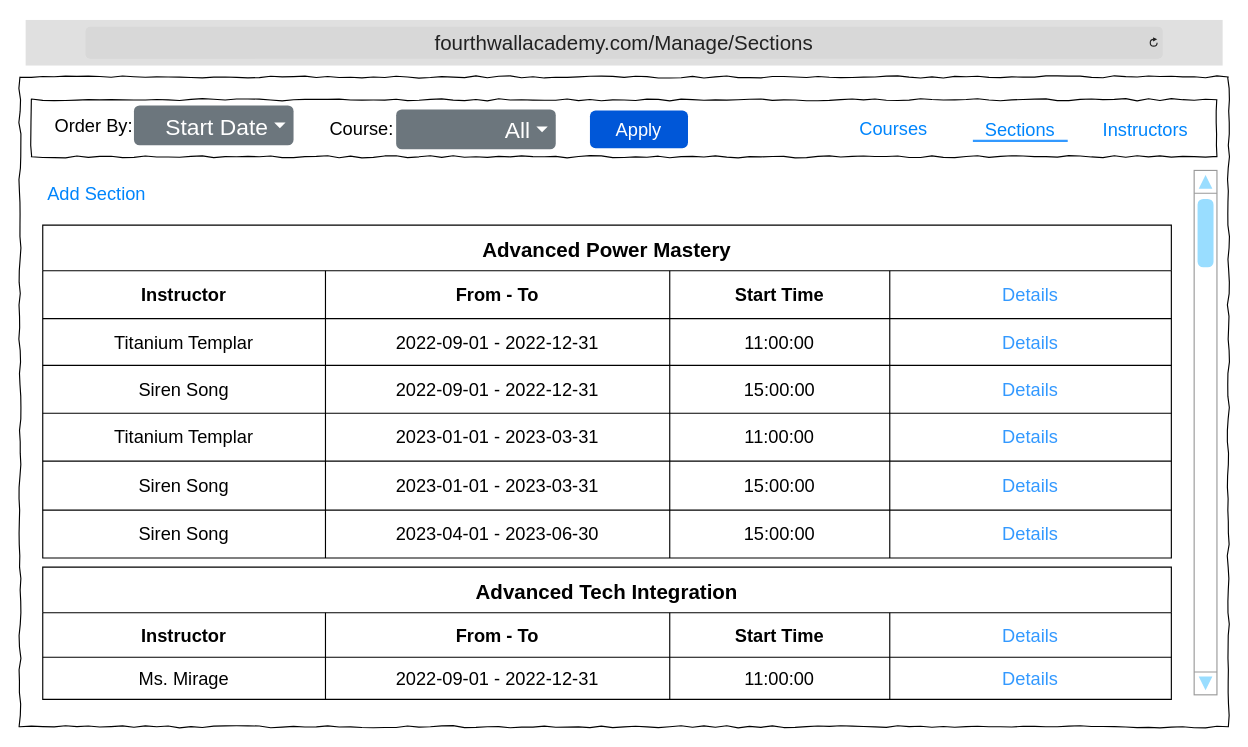
TRed91/4thWallAcademy keeps this draw.io diagram as DesignDocument/Wireframes/4hWallAcademy_Sections.drawio. Above is the earlier version. Source tidied: cells renumbered, new cells numbered last; positions are measured from the earlier drawing's top-left corner, leaving out a move shared by most shapes. Both pictures are drawn from the tidied source at 114%, with x=0, y=0 at pixel (19, 19).
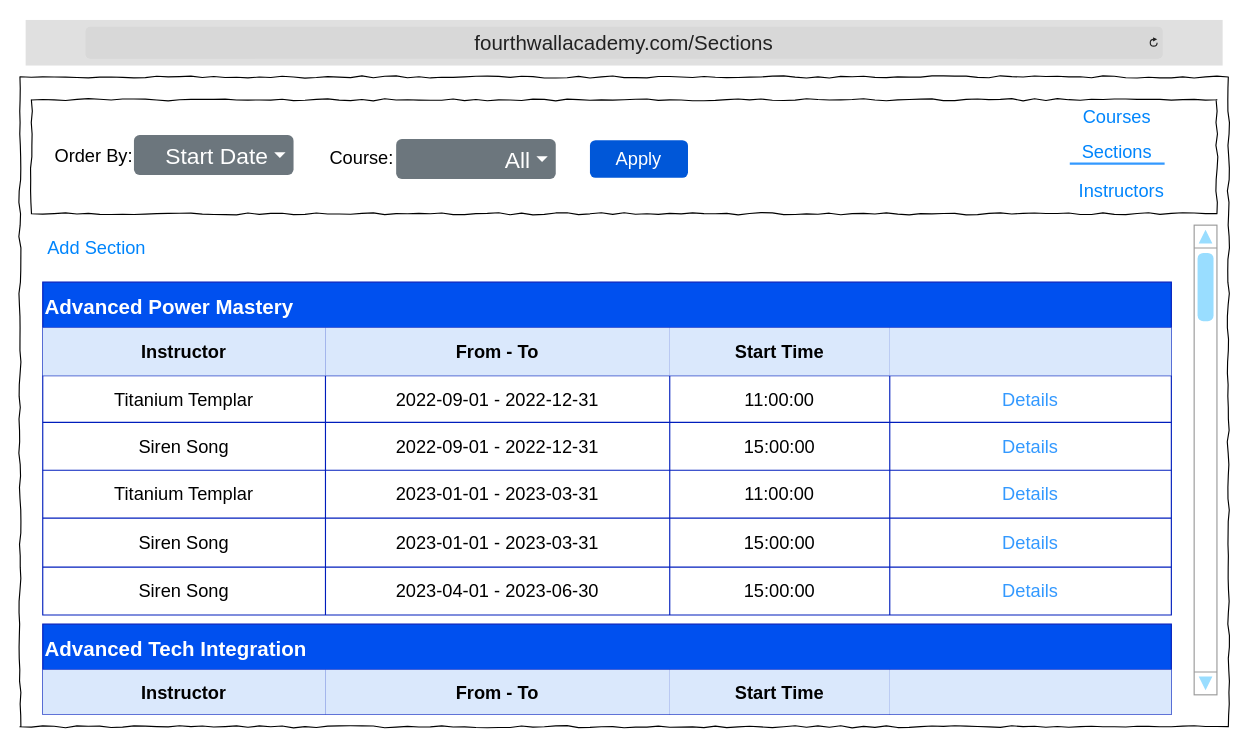
Above is the later version.

The change refers to these unchanged cells:
```xml
<mxCell id="14" style="shape=tableRow;horizontal=0;startSize=0;swimlaneHead=0;swimlaneBody=0;strokeColor=inherit;top=0;left=0;bottom=0;right=0;fillColor=none;fontSize=16;" parent="13" vertex="1">
  <mxGeometry y="40" width="990" height="42" as="geometry" />
</mxCell>
<mxCell id="45" style="shape=tableRow;horizontal=0;startSize=0;swimlaneHead=0;swimlaneBody=0;strokeColor=inherit;top=0;left=0;bottom=0;right=0;fillColor=none;fontSize=16;" parent="44" vertex="1">
  <mxGeometry y="40" width="990" height="39" as="geometry" />
</mxCell>
```

The edit, as a diff of the source:
```diff
@@
     <mxCell id="3" style="whiteSpace=wrap;html=1;rounded=0;shadow=0;labelBackgroundColor=none;strokeWidth=1;fillColor=none;fontFamily=Verdana;fontSize=12;align=center;comic=1;" parent="1" vertex="1">
-      <mxGeometry x="10" y="70" width="1040" height="50" as="geometry" />
+      <mxGeometry x="10" y="70" width="1040" height="100" as="geometry" />
     </mxCell>
     <mxCell id="4" style="verticalLabelPosition=bottom;shadow=0;dashed=0;align=center;html=1;verticalAlign=top;strokeWidth=1;shape=mxgraph.mockup.navigation.scrollBar;strokeColor=#999999;barPos=98.611;fillColor2=#99ddff;strokeColor2=none;direction=north;" parent="1" vertex="1">
-      <mxGeometry x="1030" y="132" width="20" height="460" as="geometry" />
+      <mxGeometry x="1030" y="180" width="20" height="412" as="geometry" />
     </mxCell>
     <mxCell id="5" value="&lt;font style=&quot;font-size: 16px;&quot;&gt;Order By:&lt;/font&gt;" style="text;html=1;align=center;verticalAlign=middle;whiteSpace=wrap;rounded=0;" parent="1" vertex="1">
-      <mxGeometry x="20" y="77.5" width="90" height="30" as="geometry" />
+      <mxGeometry x="20" y="103.5" width="90" height="30" as="geometry" />
     </mxCell>
     <mxCell id="6" value="&lt;font style=&quot;font-size: 20px;&quot;&gt;Start Date&lt;/font&gt;" style="html=1;shadow=0;dashed=0;shape=mxgraph.bootstrap.rrect;rSize=5;strokeColor=none;strokeWidth=1;fillColor=#6C767D;fontColor=#ffffff;whiteSpace=wrap;align=right;verticalAlign=middle;fontStyle=0;fontSize=14;spacingRight=20;" parent="1" vertex="1">
-      <mxGeometry x="100" y="75" width="140" height="35" as="geometry" />
+      <mxGeometry x="100" y="101" width="140" height="35" as="geometry" />
     </mxCell>
@@
-    <mxCell id="8" value="&lt;font style=&quot;font-size: 18px;&quot;&gt;fourthwallacademy.com/Manage/Sections&lt;/font&gt;" style="html=1;strokeWidth=1;shadow=0;dashed=0;shape=mxgraph.ios7ui.url;fillColor=#e0e0e0;strokeColor=#c0c0c0;buttonText=;strokeColor2=#222222;fontColor=#222222;fontSize=8;spacingTop=2;align=center;whiteSpace=wrap;" parent="1" vertex="1">
+    <mxCell id="8" value="&lt;font style=&quot;font-size: 18px;&quot;&gt;fourthwallacademy.com/Sections&lt;/font&gt;" style="html=1;strokeWidth=1;shadow=0;dashed=0;shape=mxgraph.ios7ui.url;fillColor=#e0e0e0;strokeColor=#c0c0c0;buttonText=;strokeColor2=#222222;fontColor=#222222;fontSize=8;spacingTop=2;align=center;whiteSpace=wrap;" parent="1" vertex="1">
       <mxGeometry x="5" width="1050" height="40" as="geometry" />
     </mxCell>
     <mxCell id="9" value="Courses" style="html=1;shadow=0;dashed=0;shape=mxgraph.bootstrap.rrect;rSize=5;strokeColor=none;strokeWidth=1;fillColor=none;fontColor=#0085FC;whiteSpace=wrap;align=center;verticalAlign=middle;spacingLeft=0;fontStyle=0;fontSize=16;spacing=5;" parent="1" vertex="1">
-      <mxGeometry x="719.4" y="75" width="95" height="40" as="geometry" />
+      <mxGeometry x="915" y="64.5" width="95" height="40" as="geometry" />
     </mxCell>
     <mxCell id="10" value="Sections" style="html=1;shadow=0;dashed=0;shape=mxgraph.bootstrap.rrect;rSize=5;strokeColor=none;strokeWidth=1;fillColor=none;fontColor=#0085FC;whiteSpace=wrap;align=center;verticalAlign=middle;spacingLeft=0;fontStyle=0;fontSize=16;spacing=5;" parent="1" vertex="1">
-      <mxGeometry x="830" y="76" width="95" height="40" as="geometry" />
+      <mxGeometry x="915" y="96" width="95" height="40" as="geometry" />
     </mxCell>
     <mxCell id="11" value="Instructors" style="html=1;shadow=0;dashed=0;shape=mxgraph.bootstrap.rrect;rSize=5;strokeColor=none;strokeWidth=1;fillColor=none;fontColor=#0085FC;whiteSpace=wrap;align=center;verticalAlign=middle;spacingLeft=0;fontStyle=0;fontSize=16;spacing=5;" parent="1" vertex="1">
-      <mxGeometry x="940" y="76" width="95" height="40" as="geometry" />
+      <mxGeometry x="919.1" y="130" width="95" height="40" as="geometry" />
     </mxCell>
     <mxCell id="12" style="line;strokeWidth=2;html=1;strokeColor=#3399FF;" parent="1" vertex="1">
-      <mxGeometry x="835.9" y="101" width="83.2" height="10" as="geometry" />
+      <mxGeometry x="920.9" y="121" width="83.2" height="10" as="geometry" />
     </mxCell>
-    <mxCell id="13" value="Advanced Power Mastery" style="shape=table;startSize=40;childLayout=tableLayout;strokeColor=default;fontSize=18;fontStyle=1;" parent="1" vertex="1">
-      <mxGeometry x="20" y="180" width="990" height="292" as="geometry" />
+    <mxCell id="13" value="Advanced Power Mastery" style="shape=table;startSize=40;childLayout=tableLayout;strokeColor=#001DBC;fontSize=18;fontStyle=1;align=left;fillColor=#0050ef;fontColor=#ffffff;" parent="1" vertex="1">
+      <mxGeometry x="20" y="230" width="990" height="292" as="geometry" />
     </mxCell>
@@
-    <mxCell id="15" value="&lt;b&gt;Instructor&lt;/b&gt;" style="shape=partialRectangle;html=1;whiteSpace=wrap;strokeColor=inherit;overflow=hidden;fillColor=none;top=0;left=0;bottom=0;right=0;fontSize=16;" parent="14" vertex="1">
+    <mxCell id="15" value="&lt;b&gt;Instructor&lt;/b&gt;" style="shape=partialRectangle;html=1;whiteSpace=wrap;strokeColor=#6c8ebf;overflow=hidden;fillColor=#dae8fc;top=0;left=0;bottom=0;right=0;fontSize=16;" parent="14" vertex="1">
       <mxGeometry width="248" height="42" as="geometry" />
     </mxCell>
-    <mxCell id="16" value="&lt;b&gt;From - To&lt;/b&gt;" style="shape=partialRectangle;html=1;whiteSpace=wrap;strokeColor=inherit;overflow=hidden;fillColor=none;top=0;left=0;bottom=0;right=0;fontSize=16;" parent="14" vertex="1">
+    <mxCell id="16" value="&lt;b&gt;From - To&lt;/b&gt;" style="shape=partialRectangle;html=1;whiteSpace=wrap;strokeColor=#6c8ebf;overflow=hidden;fillColor=#dae8fc;top=0;left=0;bottom=0;right=0;fontSize=16;" parent="14" vertex="1">
       <mxGeometry x="248" width="302" height="42" as="geometry" />
     </mxCell>
-    <mxCell id="17" value="&lt;b&gt;Start Time&lt;/b&gt;" style="shape=partialRectangle;html=1;whiteSpace=wrap;strokeColor=inherit;overflow=hidden;fillColor=none;top=0;left=0;bottom=0;right=0;fontSize=16;" parent="14" vertex="1">
+    <mxCell id="17" value="&lt;b&gt;Start Time&lt;/b&gt;" style="shape=partialRectangle;html=1;whiteSpace=wrap;strokeColor=#6c8ebf;overflow=hidden;fillColor=#dae8fc;top=0;left=0;bottom=0;right=0;fontSize=16;" parent="14" vertex="1">
       <mxGeometry x="550" width="193" height="42" as="geometry" />
     </mxCell>
-    <mxCell id="18" value="&lt;font color=&quot;#3399ff&quot;&gt;Details&lt;/font&gt;" style="shape=partialRectangle;html=1;whiteSpace=wrap;strokeColor=inherit;overflow=hidden;fillColor=none;top=0;left=0;bottom=0;right=0;fontSize=16;" parent="14" vertex="1">
+    <mxCell id="18" style="shape=partialRectangle;html=1;whiteSpace=wrap;strokeColor=#6c8ebf;overflow=hidden;fillColor=#dae8fc;top=0;left=0;bottom=0;right=0;fontSize=16;" parent="14" vertex="1">
       <mxGeometry x="743" width="247" height="42" as="geometry" />
     </mxCell>
@@
-    <mxCell id="44" value="Advanced Tech Integration" style="shape=table;startSize=40;childLayout=tableLayout;strokeColor=default;fontSize=18;fontStyle=1;" parent="1" vertex="1">
-      <mxGeometry x="20" y="480" width="990" height="116" as="geometry" />
+    <mxCell id="44" value="Advanced Tech Integration" style="shape=table;startSize=40;childLayout=tableLayout;strokeColor=#001DBC;fontSize=18;fontStyle=1;align=left;fillColor=#0050ef;fontColor=#ffffff;" parent="1" vertex="1">
+      <mxGeometry x="20" y="530" width="990" height="79" as="geometry" />
     </mxCell>
@@
-    <mxCell id="46" value="&lt;b&gt;Instructor&lt;/b&gt;" style="shape=partialRectangle;html=1;whiteSpace=wrap;strokeColor=inherit;overflow=hidden;fillColor=none;top=0;left=0;bottom=0;right=0;fontSize=16;" parent="45" vertex="1">
+    <mxCell id="46" value="&lt;b&gt;Instructor&lt;/b&gt;" style="shape=partialRectangle;html=1;whiteSpace=wrap;strokeColor=#6c8ebf;overflow=hidden;fillColor=#dae8fc;top=0;left=0;bottom=0;right=0;fontSize=16;" parent="45" vertex="1">
       <mxGeometry width="248" height="39" as="geometry" />
     </mxCell>
-    <mxCell id="47" value="&lt;b&gt;From - To&lt;/b&gt;" style="shape=partialRectangle;html=1;whiteSpace=wrap;strokeColor=inherit;overflow=hidden;fillColor=none;top=0;left=0;bottom=0;right=0;fontSize=16;" parent="45" vertex="1">
+    <mxCell id="47" value="&lt;b&gt;From - To&lt;/b&gt;" style="shape=partialRectangle;html=1;whiteSpace=wrap;strokeColor=#6c8ebf;overflow=hidden;fillColor=#dae8fc;top=0;left=0;bottom=0;right=0;fontSize=16;" parent="45" vertex="1">
       <mxGeometry x="248" width="302" height="39" as="geometry" />
     </mxCell>
-    <mxCell id="48" value="&lt;b&gt;Start Time&lt;/b&gt;" style="shape=partialRectangle;html=1;whiteSpace=wrap;strokeColor=inherit;overflow=hidden;fillColor=none;top=0;left=0;bottom=0;right=0;fontSize=16;" parent="45" vertex="1">
+    <mxCell id="48" value="&lt;b&gt;Start Time&lt;/b&gt;" style="shape=partialRectangle;html=1;whiteSpace=wrap;strokeColor=#6c8ebf;overflow=hidden;fillColor=#dae8fc;top=0;left=0;bottom=0;right=0;fontSize=16;" parent="45" vertex="1">
       <mxGeometry x="550" width="193" height="39" as="geometry" />
     </mxCell>
-    <mxCell id="49" value="&lt;span style=&quot;color: rgb(51, 153, 255);&quot;&gt;Details&lt;/span&gt;" style="shape=partialRectangle;html=1;whiteSpace=wrap;strokeColor=inherit;overflow=hidden;fillColor=none;top=0;left=0;bottom=0;right=0;fontSize=16;" parent="45" vertex="1">
+    <mxCell id="49" style="shape=partialRectangle;html=1;whiteSpace=wrap;strokeColor=#6c8ebf;overflow=hidden;fillColor=#dae8fc;top=0;left=0;bottom=0;right=0;fontSize=16;" parent="45" vertex="1">
       <mxGeometry x="743" width="247" height="39" as="geometry" />
     </mxCell>
-    <mxCell id="50" style="shape=tableRow;horizontal=0;startSize=0;swimlaneHead=0;swimlaneBody=0;strokeColor=inherit;top=0;left=0;bottom=0;right=0;fillColor=none;fontSize=16;" parent="44" vertex="1">
-      <mxGeometry y="79" width="990" height="37" as="geometry" />
-    </mxCell>
-    <mxCell id="51" value="Ms. Mirage" style="shape=partialRectangle;html=1;whiteSpace=wrap;strokeColor=inherit;overflow=hidden;fillColor=none;top=0;left=0;bottom=0;right=0;fontSize=16;" parent="50" vertex="1">
-      <mxGeometry width="248" height="37" as="geometry" />
-    </mxCell>
-    <mxCell id="52" value="2022-09-01 - 2022-12-31" style="shape=partialRectangle;html=1;whiteSpace=wrap;strokeColor=inherit;overflow=hidden;fillColor=none;top=0;left=0;bottom=0;right=0;fontSize=16;" parent="50" vertex="1">
-      <mxGeometry x="248" width="302" height="37" as="geometry" />
-    </mxCell>
-    <mxCell id="53" value="11:00:00" style="shape=partialRectangle;html=1;whiteSpace=wrap;strokeColor=inherit;overflow=hidden;fillColor=none;top=0;left=0;bottom=0;right=0;fontSize=16;" parent="50" vertex="1">
-      <mxGeometry x="550" width="193" height="37" as="geometry" />
-    </mxCell>
-    <mxCell id="54" value="&lt;span style=&quot;color: rgb(51, 153, 255);&quot;&gt;Details&lt;/span&gt;" style="shape=partialRectangle;html=1;whiteSpace=wrap;strokeColor=inherit;overflow=hidden;fillColor=none;top=0;left=0;bottom=0;right=0;fontSize=16;" parent="50" vertex="1">
-      <mxGeometry x="743" width="247" height="37" as="geometry" />
-    </mxCell>
     <mxCell id="55" value="&lt;font style=&quot;font-size: 16px;&quot;&gt;Course:&lt;/font&gt;" style="text;html=1;align=center;verticalAlign=middle;whiteSpace=wrap;rounded=0;" parent="1" vertex="1">
-      <mxGeometry x="270" y="80" width="60" height="30" as="geometry" />
+      <mxGeometry x="270" y="106" width="60" height="30" as="geometry" />
     </mxCell>
     <mxCell id="56" value="&lt;font style=&quot;font-size: 20px;&quot;&gt;All&lt;/font&gt;" style="html=1;shadow=0;dashed=0;shape=mxgraph.bootstrap.rrect;rSize=5;strokeColor=none;strokeWidth=1;fillColor=#6C767D;fontColor=#ffffff;whiteSpace=wrap;align=right;verticalAlign=middle;fontStyle=0;fontSize=14;spacingRight=20;" parent="1" vertex="1">
-      <mxGeometry x="330" y="78.5" width="140" height="35" as="geometry" />
+      <mxGeometry x="330" y="104.5" width="140" height="35" as="geometry" />
     </mxCell>
@@
     <mxCell id="58" value="&lt;font style=&quot;font-size: 16px;&quot;&gt;Apply&lt;/font&gt;" style="rounded=1;fillColor=#0057D8;strokeColor=none;html=1;whiteSpace=wrap;fontColor=#ffffff;align=center;verticalAlign=middle;fontStyle=0;fontSize=12;sketch=0;" parent="1" vertex="1">
-      <mxGeometry x="500" y="79.5" width="86" height="33" as="geometry" />
+      <mxGeometry x="500" y="105.5" width="86" height="33" as="geometry" />
     </mxCell>
     <mxCell id="59" value="Add Section" style="html=1;shadow=0;dashed=0;shape=mxgraph.bootstrap.rrect;rSize=5;strokeColor=none;strokeWidth=1;fillColor=none;fontColor=#0085FC;whiteSpace=wrap;align=center;verticalAlign=middle;spacingLeft=0;fontStyle=0;fontSize=16;spacing=5;" parent="1" vertex="1">
-      <mxGeometry x="20" y="132" width="95" height="40" as="geometry" />
+      <mxGeometry x="20" y="180" width="95" height="40" as="geometry" />
     </mxCell>
```
